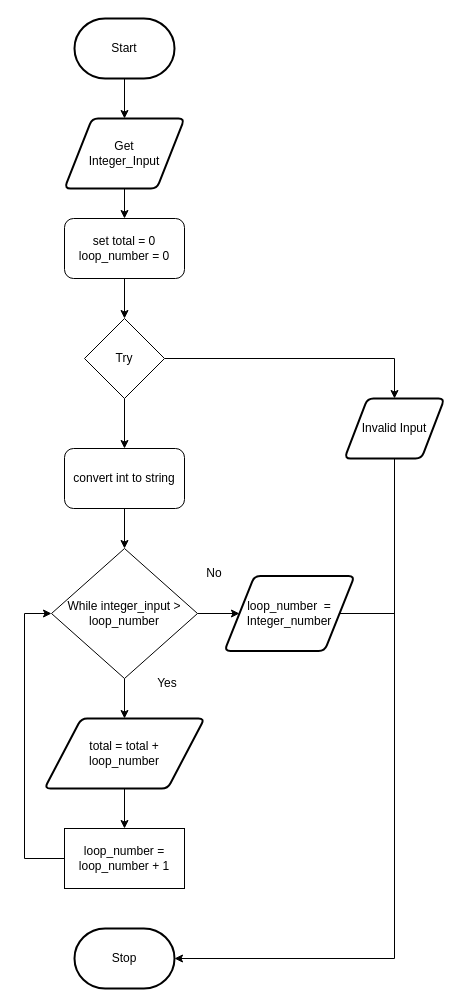
JacksonNaufal/ICS3U-Unit4-01-Python keeps this draw.io diagram as FlowChart.Drawio. Above is the earlier version. Source tidied: cells renumbered, new cells numbered last; positions are measured from the earlier drawing's top-left corner, leaving out a move shared by most shapes. Both pictures are drawn from the tidied source at 100%, with x=0, y=0 at pixel (24, 18).
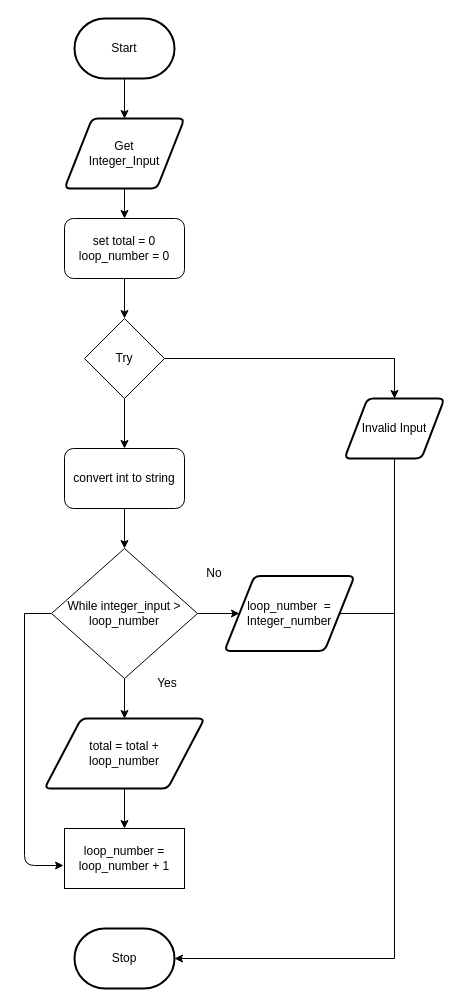
The same diagram, later.

The change refers to these unchanged cells:
```xml
<mxCell id="18" value="While integer_input &amp;gt; loop_number" style="rhombus;whiteSpace=wrap;html=1;" parent="1" vertex="1">
  <mxGeometry x="27" y="530" width="146" height="130" as="geometry" />
</mxCell>
<mxCell id="22" value="loop_number = loop_number + 1" style="rounded=0;whiteSpace=wrap;html=1;" parent="1" vertex="1">
  <mxGeometry x="40" y="810" width="120" height="60" as="geometry" />
</mxCell>
```

What changed in the source:
```diff
@@
+    <mxCell id="27" style="edgeStyle=none;html=1;entryX=-0.008;entryY=0.617;entryDx=0;entryDy=0;entryPerimeter=0;" parent="1" edge="1" target="22">
+      <mxGeometry relative="1" as="geometry">
+        <mxPoint y="595" as="sourcePoint" />
+        <Array as="points">
+          <mxPoint y="847" />
+        </Array>
+      </mxGeometry>
+    </mxCell>
+    <mxCell id="28" style="edgeStyle=none;html=1;endArrow=none;endFill=0;" parent="1" edge="1" source="18">
+      <mxGeometry relative="1" as="geometry">
+        <mxPoint y="595" as="targetPoint" />
+      </mxGeometry>
+    </mxCell>
@@
-    <mxCell id="21" style="edgeStyle=none;rounded=0;html=1;entryX=0;entryY=0.5;entryDx=0;entryDy=0;" parent="1" edge="1" source="22" target="18">
-      <mxGeometry relative="1" as="geometry">
-        <Array as="points">
-          <mxPoint y="840" />
-          <mxPoint y="595" />
-        </Array>
-      </mxGeometry>
-    </mxCell>
```
